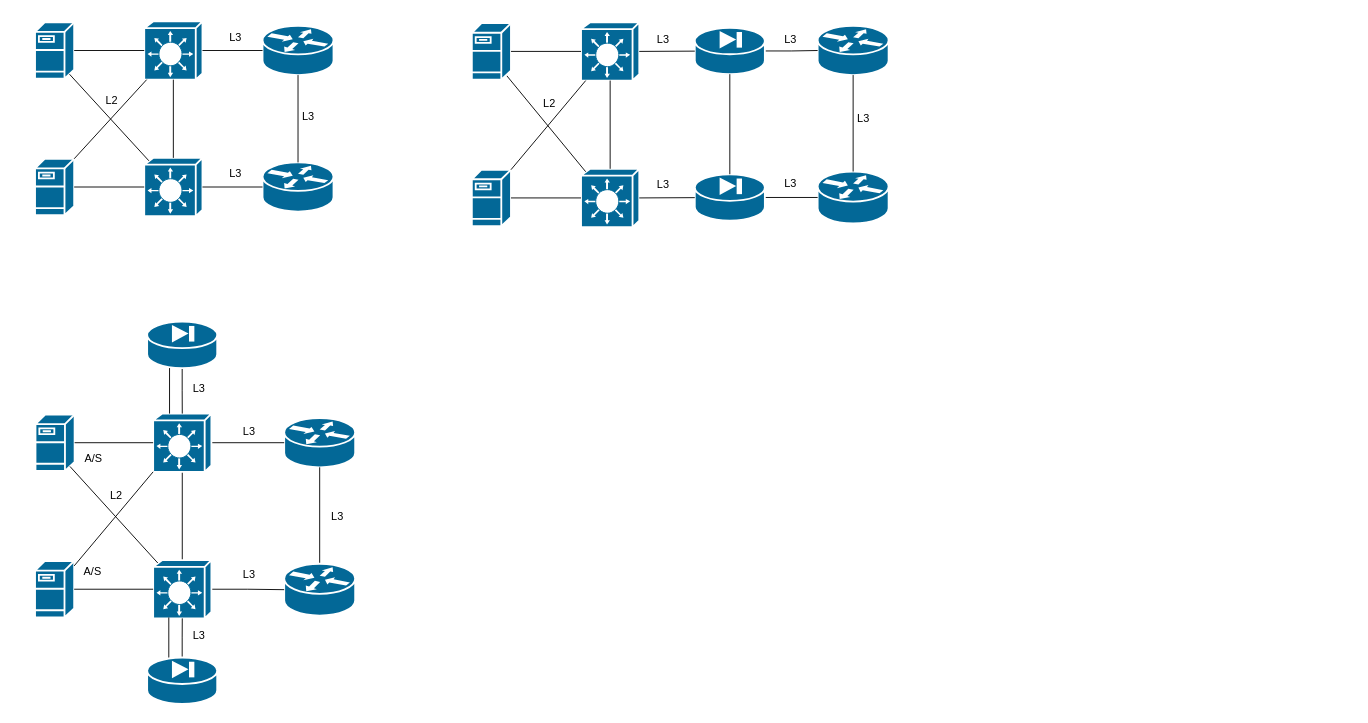
Before: Diagram/small_nets.drawio in thleontev/Networks, a draw.io diagram. Source tidied: cells renumbered, new cells numbered last; positions are measured from the earlier drawing's top-left corner, leaving out a move shared by most shapes. Both pictures are drawn from the tidied source at 91%, with x=0, y=0 at pixel (35, 21).
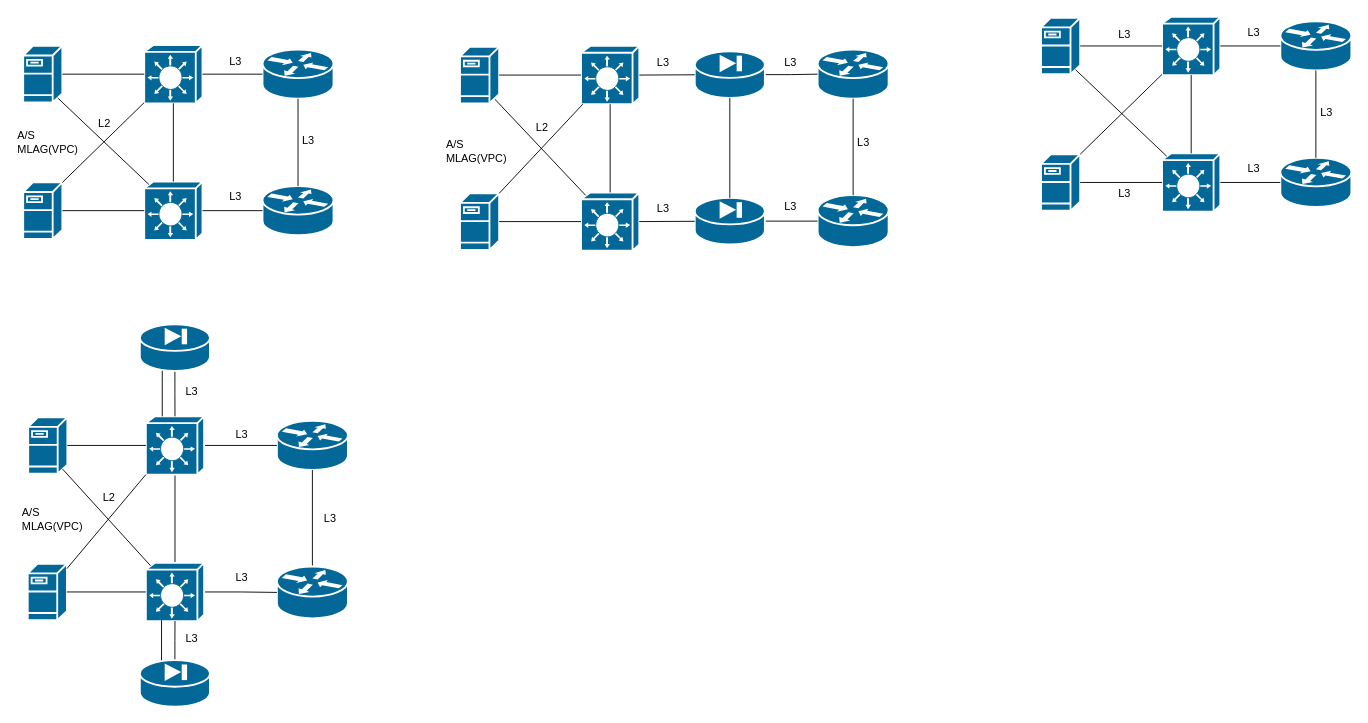
After the change.

The edit, as a diff of the source:
```diff
@@
     <mxCell id="2" style="shape=mxgraph.cisco.routers.router;sketch=0;html=1;dashed=0;fillColor=#036897;strokeColor=#ffffff;strokeWidth=2;verticalLabelPosition=bottom;verticalAlign=top;align=center;outlineConnect=0;" parent="1" vertex="1">
-      <mxGeometry x="250" y="5" width="78" height="54" as="geometry" />
+      <mxGeometry x="250" y="31" width="78" height="54" as="geometry" />
     </mxCell>
     <mxCell id="3" style="shape=mxgraph.cisco.routers.router;sketch=0;html=1;dashed=0;fillColor=#036897;strokeColor=#ffffff;strokeWidth=2;verticalLabelPosition=bottom;verticalAlign=top;align=center;outlineConnect=0;" parent="1" vertex="1">
-      <mxGeometry x="250" y="155" width="78" height="54" as="geometry" />
+      <mxGeometry x="250" y="181" width="78" height="54" as="geometry" />
     </mxCell>
@@
     <mxCell id="5" style="shape=mxgraph.cisco.switches.layer_3_switch;sketch=0;html=1;dashed=0;fillColor=#036897;strokeColor=#ffffff;strokeWidth=2;verticalLabelPosition=bottom;verticalAlign=top;align=center;outlineConnect=0;" parent="1" vertex="1">
-      <mxGeometry x="120" width="64" height="64" as="geometry" />
+      <mxGeometry x="120" y="26" width="64" height="64" as="geometry" />
     </mxCell>
     <mxCell id="6" style="shape=mxgraph.cisco.switches.layer_3_switch;sketch=0;html=1;dashed=0;fillColor=#036897;strokeColor=#ffffff;strokeWidth=2;verticalLabelPosition=bottom;verticalAlign=top;align=center;outlineConnect=0;" parent="1" vertex="1">
-      <mxGeometry x="120" y="150" width="64" height="64" as="geometry" />
+      <mxGeometry x="120" y="176" width="64" height="64" as="geometry" />
     </mxCell>
@@
     <mxCell id="10" style="shape=mxgraph.cisco.servers.fileserver;sketch=0;html=1;dashed=0;fillColor=#036897;strokeColor=#ffffff;strokeWidth=2;verticalLabelPosition=bottom;verticalAlign=top;align=center;outlineConnect=0;" parent="1" vertex="1">
-      <mxGeometry y="1" width="43" height="62" as="geometry" />
+      <mxGeometry x="-13" y="27" width="43" height="62" as="geometry" />
     </mxCell>
     <mxCell id="11" style="shape=mxgraph.cisco.servers.fileserver;sketch=0;html=1;dashed=0;fillColor=#036897;strokeColor=#ffffff;strokeWidth=2;verticalLabelPosition=bottom;verticalAlign=top;align=center;outlineConnect=0;" parent="1" vertex="1">
-      <mxGeometry y="151" width="43" height="62" as="geometry" />
+      <mxGeometry x="-13" y="177" width="43" height="62" as="geometry" />
     </mxCell>
@@
     <mxCell id="16" style="shape=mxgraph.cisco.routers.router;sketch=0;html=1;dashed=0;fillColor=#036897;strokeColor=#ffffff;strokeWidth=2;verticalLabelPosition=bottom;verticalAlign=top;align=center;outlineConnect=0;" parent="1" vertex="1">
-      <mxGeometry x="860" y="5" width="78" height="54" as="geometry" />
+      <mxGeometry x="860" y="31" width="78" height="54" as="geometry" />
     </mxCell>
     <mxCell id="17" style="shape=mxgraph.cisco.routers.router;sketch=0;html=1;dashed=0;fillColor=#036897;strokeColor=#ffffff;strokeWidth=2;verticalLabelPosition=bottom;verticalAlign=top;align=center;outlineConnect=0;" parent="1" vertex="1">
-      <mxGeometry x="860" y="165" width="78" height="57" as="geometry" />
+      <mxGeometry x="860" y="191" width="78" height="57" as="geometry" />
     </mxCell>
@@
     <mxCell id="19" style="shape=mxgraph.cisco.switches.layer_3_switch;sketch=0;html=1;dashed=0;fillColor=#036897;strokeColor=#ffffff;strokeWidth=2;verticalLabelPosition=bottom;verticalAlign=top;align=center;outlineConnect=0;" parent="1" vertex="1">
-      <mxGeometry x="600" y="1" width="64" height="64" as="geometry" />
+      <mxGeometry x="600" y="27" width="64" height="64" as="geometry" />
     </mxCell>
     <mxCell id="20" style="shape=mxgraph.cisco.switches.layer_3_switch;sketch=0;html=1;dashed=0;fillColor=#036897;strokeColor=#ffffff;strokeWidth=2;verticalLabelPosition=bottom;verticalAlign=top;align=center;outlineConnect=0;" parent="1" vertex="1">
-      <mxGeometry x="600" y="162" width="64" height="64" as="geometry" />
+      <mxGeometry x="600" y="188" width="64" height="64" as="geometry" />
     </mxCell>
@@
     <mxCell id="23" style="shape=mxgraph.cisco.servers.fileserver;sketch=0;html=1;dashed=0;fillColor=#036897;strokeColor=#ffffff;strokeWidth=2;verticalLabelPosition=bottom;verticalAlign=top;align=center;outlineConnect=0;" parent="1" vertex="1">
-      <mxGeometry x="480" y="2" width="43" height="62" as="geometry" />
+      <mxGeometry x="467" y="28" width="43" height="62" as="geometry" />
     </mxCell>
     <mxCell id="24" style="shape=mxgraph.cisco.servers.fileserver;sketch=0;html=1;dashed=0;fillColor=#036897;strokeColor=#ffffff;strokeWidth=2;verticalLabelPosition=bottom;verticalAlign=top;align=center;outlineConnect=0;" parent="1" vertex="1">
-      <mxGeometry x="480" y="163" width="43" height="62" as="geometry" />
+      <mxGeometry x="467" y="189" width="43" height="62" as="geometry" />
     </mxCell>
@@
     <mxCell id="29" style="shape=mxgraph.cisco.security.pix_firewall;sketch=0;html=1;dashed=0;fillColor=#036897;strokeColor=#ffffff;strokeWidth=2;verticalLabelPosition=bottom;verticalAlign=top;align=center;outlineConnect=0;" parent="1" vertex="1">
-      <mxGeometry x="725" y="168" width="77" height="51" as="geometry" />
+      <mxGeometry x="725" y="194" width="77" height="51" as="geometry" />
     </mxCell>
@@
     <mxCell id="31" style="shape=mxgraph.cisco.security.pix_firewall;sketch=0;html=1;dashed=0;fillColor=#036897;strokeColor=#ffffff;strokeWidth=2;verticalLabelPosition=bottom;verticalAlign=top;align=center;outlineConnect=0;" parent="1" vertex="1">
-      <mxGeometry x="725" y="7" width="77" height="51" as="geometry" />
+      <mxGeometry x="725" y="33" width="77" height="51" as="geometry" />
     </mxCell>
@@
     <mxCell id="35" value="L3" style="text;html=1;align=center;verticalAlign=middle;strokeColor=none;fillColor=none;" parent="1" vertex="1">
-      <mxGeometry x="200" y="3" width="40" height="30" as="geometry" />
+      <mxGeometry x="200" y="29" width="40" height="30" as="geometry" />
     </mxCell>
     <mxCell id="36" value="L3" style="text;html=1;align=center;verticalAlign=middle;strokeColor=none;fillColor=none;" parent="1" vertex="1">
-      <mxGeometry x="200" y="152" width="40" height="30" as="geometry" />
+      <mxGeometry x="200" y="178" width="40" height="30" as="geometry" />
     </mxCell>
     <mxCell id="37" value="L3" style="text;html=1;align=center;verticalAlign=middle;strokeColor=none;fillColor=none;" parent="1" vertex="1">
-      <mxGeometry x="280" y="90" width="40" height="30" as="geometry" />
+      <mxGeometry x="280" y="116" width="40" height="30" as="geometry" />
     </mxCell>
     <mxCell id="38" value="L2" style="text;html=1;align=center;verticalAlign=middle;strokeColor=none;fillColor=none;" parent="1" vertex="1">
-      <mxGeometry x="64" y="72" width="40" height="30" as="geometry" />
+      <mxGeometry x="56" y="98" width="40" height="30" as="geometry" />
     </mxCell>
     <mxCell id="39" value="L3" style="text;html=1;align=center;verticalAlign=middle;strokeColor=none;fillColor=none;" parent="1" vertex="1">
-      <mxGeometry x="890" y="92" width="40" height="30" as="geometry" />
+      <mxGeometry x="890" y="118" width="40" height="30" as="geometry" />
     </mxCell>
     <mxCell id="40" value="L3" style="text;html=1;align=center;verticalAlign=middle;strokeColor=none;fillColor=none;" parent="1" vertex="1">
-      <mxGeometry x="810" y="5" width="40" height="30" as="geometry" />
+      <mxGeometry x="810" y="31" width="40" height="30" as="geometry" />
     </mxCell>
     <mxCell id="41" value="L3" style="text;html=1;align=center;verticalAlign=middle;strokeColor=none;fillColor=none;" parent="1" vertex="1">
-      <mxGeometry x="810" y="163" width="40" height="30" as="geometry" />
+      <mxGeometry x="810" y="189" width="40" height="30" as="geometry" />
     </mxCell>
     <mxCell id="42" value="L3" style="text;html=1;align=center;verticalAlign=middle;strokeColor=none;fillColor=none;" parent="1" vertex="1">
-      <mxGeometry x="670" y="5" width="40" height="30" as="geometry" />
+      <mxGeometry x="670" y="31" width="40" height="30" as="geometry" />
     </mxCell>
     <mxCell id="43" value="L3" style="text;html=1;align=center;verticalAlign=middle;strokeColor=none;fillColor=none;" parent="1" vertex="1">
-      <mxGeometry x="670" y="165" width="40" height="30" as="geometry" />
+      <mxGeometry x="670" y="191" width="40" height="30" as="geometry" />
     </mxCell>
     <mxCell id="44" value="L2" style="text;html=1;align=center;verticalAlign=middle;strokeColor=none;fillColor=none;" parent="1" vertex="1">
-      <mxGeometry x="545" y="76" width="40" height="30" as="geometry" />
+      <mxGeometry x="537" y="102" width="40" height="30" as="geometry" />
     </mxCell>
     <mxCell id="45" style="shape=mxgraph.cisco.routers.router;sketch=0;html=1;dashed=0;fillColor=#036897;strokeColor=#ffffff;strokeWidth=2;verticalLabelPosition=bottom;verticalAlign=top;align=center;outlineConnect=0;" parent="1" vertex="1">
-      <mxGeometry x="273.8" y="436" width="78" height="54" as="geometry" />
+      <mxGeometry x="265.8" y="439" width="78" height="54" as="geometry" />
     </mxCell>
@@
     <mxCell id="47" style="shape=mxgraph.cisco.routers.router;sketch=0;html=1;dashed=0;fillColor=#036897;strokeColor=#ffffff;strokeWidth=2;verticalLabelPosition=bottom;verticalAlign=top;align=center;outlineConnect=0;" parent="1" vertex="1">
-      <mxGeometry x="273.8" y="596" width="78" height="57" as="geometry" />
+      <mxGeometry x="265.8" y="599" width="78" height="57" as="geometry" />
     </mxCell>
@@
     <mxCell id="50" style="shape=mxgraph.cisco.switches.layer_3_switch;sketch=0;html=1;dashed=0;fillColor=#036897;strokeColor=#ffffff;strokeWidth=2;verticalLabelPosition=bottom;verticalAlign=top;align=center;outlineConnect=0;" parent="1" vertex="1">
-      <mxGeometry x="129.8" y="431" width="64" height="64" as="geometry" />
+      <mxGeometry x="121.8" y="434" width="64" height="64" as="geometry" />
     </mxCell>
@@
     <mxCell id="52" style="shape=mxgraph.cisco.switches.layer_3_switch;sketch=0;html=1;dashed=0;fillColor=#036897;strokeColor=#ffffff;strokeWidth=2;verticalLabelPosition=bottom;verticalAlign=top;align=center;outlineConnect=0;" parent="1" vertex="1">
-      <mxGeometry x="129.8" y="592" width="64" height="64" as="geometry" />
+      <mxGeometry x="121.8" y="595" width="64" height="64" as="geometry" />
     </mxCell>
     <mxCell id="53" style="shape=mxgraph.cisco.servers.fileserver;sketch=0;html=1;dashed=0;fillColor=#036897;strokeColor=#ffffff;strokeWidth=2;verticalLabelPosition=bottom;verticalAlign=top;align=center;outlineConnect=0;" parent="1" vertex="1">
-      <mxGeometry x="0.5" y="432" width="43" height="62" as="geometry" />
+      <mxGeometry x="-7.5" y="435" width="43" height="62" as="geometry" />
     </mxCell>
     <mxCell id="54" style="shape=mxgraph.cisco.servers.fileserver;sketch=0;html=1;dashed=0;fillColor=#036897;strokeColor=#ffffff;strokeWidth=2;verticalLabelPosition=bottom;verticalAlign=top;align=center;outlineConnect=0;" parent="1" vertex="1">
-      <mxGeometry y="593" width="43" height="62" as="geometry" />
+      <mxGeometry x="-8" y="596" width="43" height="62" as="geometry" />
     </mxCell>
@@
     <mxCell id="57" style="shape=mxgraph.cisco.security.pix_firewall;sketch=0;html=1;dashed=0;fillColor=#036897;strokeColor=#ffffff;strokeWidth=2;verticalLabelPosition=bottom;verticalAlign=top;align=center;outlineConnect=0;" parent="1" vertex="1">
-      <mxGeometry x="123.2" y="330" width="77" height="51" as="geometry" />
+      <mxGeometry x="115.2" y="333" width="77" height="51" as="geometry" />
     </mxCell>
@@
     <mxCell id="62" value="L3" style="text;html=1;align=center;verticalAlign=middle;strokeColor=none;fillColor=none;" parent="1" vertex="1">
-      <mxGeometry x="311.8" y="529" width="40" height="30" as="geometry" />
+      <mxGeometry x="303.8" y="532" width="40" height="30" as="geometry" />
     </mxCell>
     <mxCell id="63" value="L3" style="text;html=1;align=center;verticalAlign=middle;strokeColor=none;fillColor=none;" parent="1" vertex="1">
-      <mxGeometry x="215" y="436" width="40" height="30" as="geometry" />
+      <mxGeometry x="207" y="439" width="40" height="30" as="geometry" />
     </mxCell>
     <mxCell id="64" value="L3" style="text;html=1;align=center;verticalAlign=middle;strokeColor=none;fillColor=none;" parent="1" vertex="1">
-      <mxGeometry x="215" y="593" width="40" height="30" as="geometry" />
+      <mxGeometry x="207" y="596" width="40" height="30" as="geometry" />
     </mxCell>
     <mxCell id="65" value="L2" style="text;html=1;align=center;verticalAlign=middle;strokeColor=none;fillColor=none;" parent="1" vertex="1">
-      <mxGeometry x="69" y="506" width="40" height="30" as="geometry" />
+      <mxGeometry x="61" y="509" width="40" height="30" as="geometry" />
     </mxCell>
     <mxCell id="66" value="L3" style="text;html=1;align=center;verticalAlign=middle;strokeColor=none;fillColor=none;" parent="1" vertex="1">
-      <mxGeometry x="160.2" y="389" width="40" height="30" as="geometry" />
+      <mxGeometry x="152.2" y="392" width="40" height="30" as="geometry" />
     </mxCell>
     <mxCell id="67" value="L3" style="text;html=1;align=center;verticalAlign=middle;strokeColor=none;fillColor=none;" parent="1" vertex="1">
-      <mxGeometry x="160.2" y="660" width="40" height="30" as="geometry" />
+      <mxGeometry x="152.2" y="663" width="40" height="30" as="geometry" />
     </mxCell>
     <mxCell id="68" style="endArrow=none;html=1;rounded=0;" parent="1" edge="1">
       <mxGeometry relative="1" as="geometry">
-        <mxPoint x="147.8" y="431" as="sourcePoint" />
-        <mxPoint x="147.8" y="381" as="targetPoint" />
+        <mxPoint x="139.8" y="434" as="sourcePoint" />
+        <mxPoint x="139.8" y="384" as="targetPoint" />
       </mxGeometry>
     </mxCell>
     <mxCell id="69" style="endArrow=none;html=1;rounded=0;" parent="1" edge="1">
       <mxGeometry relative="1" as="geometry">
-        <mxPoint x="147" y="705" as="sourcePoint" />
-        <mxPoint x="147" y="655" as="targetPoint" />
+        <mxPoint x="139" y="708" as="sourcePoint" />
+        <mxPoint x="139" y="658" as="targetPoint" />
       </mxGeometry>
     </mxCell>
     <mxCell id="70" style="shape=mxgraph.cisco.security.pix_firewall;sketch=0;html=1;dashed=0;fillColor=#036897;strokeColor=#ffffff;strokeWidth=2;verticalLabelPosition=bottom;verticalAlign=top;align=center;outlineConnect=0;" parent="1" vertex="1">
-      <mxGeometry x="123.2" y="699" width="77" height="51" as="geometry" />
+      <mxGeometry x="115.2" y="702" width="77" height="51" as="geometry" />
     </mxCell>
-    <mxCell id="71" value="A/S" style="text;html=1;align=center;verticalAlign=middle;strokeColor=none;fillColor=none;" parent="1" vertex="1">
-      <mxGeometry x="43.5" y="466" width="40" height="30" as="geometry" />
-    </mxCell>
-    <mxCell id="72" value="A/S" style="text;html=1;align=center;verticalAlign=middle;strokeColor=none;fillColor=none;" parent="1" vertex="1">
-      <mxGeometry x="43" y="590" width="40" height="30" as="geometry" />
-    </mxCell>
+    <mxCell id="73" value="&lt;div&gt;A/S&lt;/div&gt;&lt;div&gt;MLAG(VPC)&lt;br&gt;&lt;/div&gt;" style="text;html=1;strokeColor=none;fillColor=none;align=left;verticalAlign=middle;whiteSpace=wrap;rounded=0;" parent="1" vertex="1">
+      <mxGeometry x="-21.5" y="118" width="60" height="30" as="geometry" />
+    </mxCell>
+    <mxCell id="74" value="&lt;div&gt;A/S&lt;/div&gt;&lt;div&gt;MLAG(VPC)&lt;br&gt;&lt;/div&gt;" style="text;html=1;strokeColor=none;fillColor=none;align=left;verticalAlign=middle;whiteSpace=wrap;rounded=0;" parent="1" vertex="1">
+      <mxGeometry x="-16.5" y="532" width="60" height="30" as="geometry" />
+    </mxCell>
+    <mxCell id="75" value="&lt;div&gt;A/S&lt;/div&gt;&lt;div&gt;MLAG(VPC)&lt;br&gt;&lt;/div&gt;" style="text;html=1;strokeColor=none;fillColor=none;align=left;verticalAlign=middle;whiteSpace=wrap;rounded=0;" parent="1" vertex="1">
+      <mxGeometry x="450" y="128" width="60" height="30" as="geometry" />
+    </mxCell>
+    <mxCell id="76" style="shape=mxgraph.cisco.routers.router;sketch=0;html=1;dashed=0;fillColor=#036897;strokeColor=#ffffff;strokeWidth=2;verticalLabelPosition=bottom;verticalAlign=top;align=center;outlineConnect=0;" parent="1" vertex="1">
+      <mxGeometry x="1368.5" width="78" height="54" as="geometry" />
+    </mxCell>
+    <mxCell id="77" style="shape=mxgraph.cisco.routers.router;sketch=0;html=1;dashed=0;fillColor=#036897;strokeColor=#ffffff;strokeWidth=2;verticalLabelPosition=bottom;verticalAlign=top;align=center;outlineConnect=0;" parent="1" vertex="1">
+      <mxGeometry x="1368.5" y="150" width="78" height="54" as="geometry" />
+    </mxCell>
+    <mxCell id="78" style="endArrow=none;html=1;rounded=0;entryX=0.5;entryY=1;entryDx=0;entryDy=0;entryPerimeter=0;exitX=0.5;exitY=0;exitDx=0;exitDy=0;exitPerimeter=0;" parent="1" edge="1" source="77" target="76">
+      <mxGeometry relative="1" as="geometry" />
+    </mxCell>
+    <mxCell id="79" style="shape=mxgraph.cisco.switches.layer_3_switch;sketch=0;html=1;dashed=0;fillColor=#036897;strokeColor=#ffffff;strokeWidth=2;verticalLabelPosition=bottom;verticalAlign=top;align=center;outlineConnect=0;" parent="1" vertex="1">
+      <mxGeometry x="1238.5" y="-5" width="64" height="64" as="geometry" />
+    </mxCell>
+    <mxCell id="80" style="shape=mxgraph.cisco.switches.layer_3_switch;sketch=0;html=1;dashed=0;fillColor=#036897;strokeColor=#ffffff;strokeWidth=2;verticalLabelPosition=bottom;verticalAlign=top;align=center;outlineConnect=0;" parent="1" vertex="1">
+      <mxGeometry x="1238.5" y="145" width="64" height="64" as="geometry" />
+    </mxCell>
+    <mxCell id="81" style="endArrow=none;html=1;rounded=0;entryX=1;entryY=0.5;entryDx=0;entryDy=0;entryPerimeter=0;exitX=0;exitY=0.5;exitDx=0;exitDy=0;exitPerimeter=0;" parent="1" edge="1" source="76" target="79">
+      <mxGeometry relative="1" as="geometry" />
+    </mxCell>
+    <mxCell id="82" style="endArrow=none;html=1;rounded=0;entryX=0;entryY=0.5;entryDx=0;entryDy=0;entryPerimeter=0;" parent="1" edge="1" source="80" target="77">
+      <mxGeometry relative="1" as="geometry" />
+    </mxCell>
+    <mxCell id="83" style="endArrow=none;html=1;rounded=0;entryX=0.5;entryY=1;entryDx=0;entryDy=0;entryPerimeter=0;" parent="1" edge="1" source="80" target="79">
+      <mxGeometry relative="1" as="geometry" />
+    </mxCell>
+    <mxCell id="84" style="shape=mxgraph.cisco.servers.fileserver;sketch=0;html=1;dashed=0;fillColor=#036897;strokeColor=#ffffff;strokeWidth=2;verticalLabelPosition=bottom;verticalAlign=top;align=center;outlineConnect=0;" parent="1" vertex="1">
+      <mxGeometry x="1105.5" y="-4" width="43" height="62" as="geometry" />
+    </mxCell>
+    <mxCell id="85" style="shape=mxgraph.cisco.servers.fileserver;sketch=0;html=1;dashed=0;fillColor=#036897;strokeColor=#ffffff;strokeWidth=2;verticalLabelPosition=bottom;verticalAlign=top;align=center;outlineConnect=0;" parent="1" vertex="1">
+      <mxGeometry x="1105.5" y="146" width="43" height="62" as="geometry" />
+    </mxCell>
+    <mxCell id="86" style="endArrow=none;html=1;rounded=0;entryX=1;entryY=0.5;entryDx=0;entryDy=0;entryPerimeter=0;" parent="1" edge="1" source="79" target="84">
+      <mxGeometry relative="1" as="geometry" />
+    </mxCell>
+    <mxCell id="87" style="endArrow=none;html=1;rounded=0;entryX=1;entryY=0.5;entryDx=0;entryDy=0;entryPerimeter=0;" parent="1" edge="1" source="80" target="85">
+      <mxGeometry relative="1" as="geometry" />
+    </mxCell>
+    <mxCell id="88" style="endArrow=none;html=1;rounded=0;exitX=0.08;exitY=0.05;exitDx=0;exitDy=0;exitPerimeter=0;entryX=0.88;entryY=0.92;entryDx=0;entryDy=0;entryPerimeter=0;" parent="1" edge="1" source="80" target="84">
+      <mxGeometry relative="1" as="geometry" />
+    </mxCell>
+    <mxCell id="89" style="endArrow=none;html=1;rounded=0;exitX=1;exitY=0;exitDx=0;exitDy=0;exitPerimeter=0;" parent="1" edge="1" source="85" target="79">
+      <mxGeometry relative="1" as="geometry" />
+    </mxCell>
+    <mxCell id="90" value="L3" style="text;html=1;align=center;verticalAlign=middle;strokeColor=none;fillColor=none;" parent="1" vertex="1">
+      <mxGeometry x="1318.5" y="-2" width="40" height="30" as="geometry" />
+    </mxCell>
+    <mxCell id="91" value="L3" style="text;html=1;align=center;verticalAlign=middle;strokeColor=none;fillColor=none;" parent="1" vertex="1">
+      <mxGeometry x="1318.5" y="147" width="40" height="30" as="geometry" />
+    </mxCell>
+    <mxCell id="92" value="L3" style="text;html=1;align=center;verticalAlign=middle;strokeColor=none;fillColor=none;" parent="1" vertex="1">
+      <mxGeometry x="1398.5" y="85" width="40" height="30" as="geometry" />
+    </mxCell>
+    <mxCell id="93" value="L3" style="text;html=1;align=center;verticalAlign=middle;strokeColor=none;fillColor=none;" parent="1" vertex="1">
+      <mxGeometry x="1177" width="40" height="30" as="geometry" />
+    </mxCell>
+    <mxCell id="94" value="L3" style="text;html=1;align=center;verticalAlign=middle;strokeColor=none;fillColor=none;" parent="1" vertex="1">
+      <mxGeometry x="1177" y="174" width="40" height="30" as="geometry" />
+    </mxCell>
```
